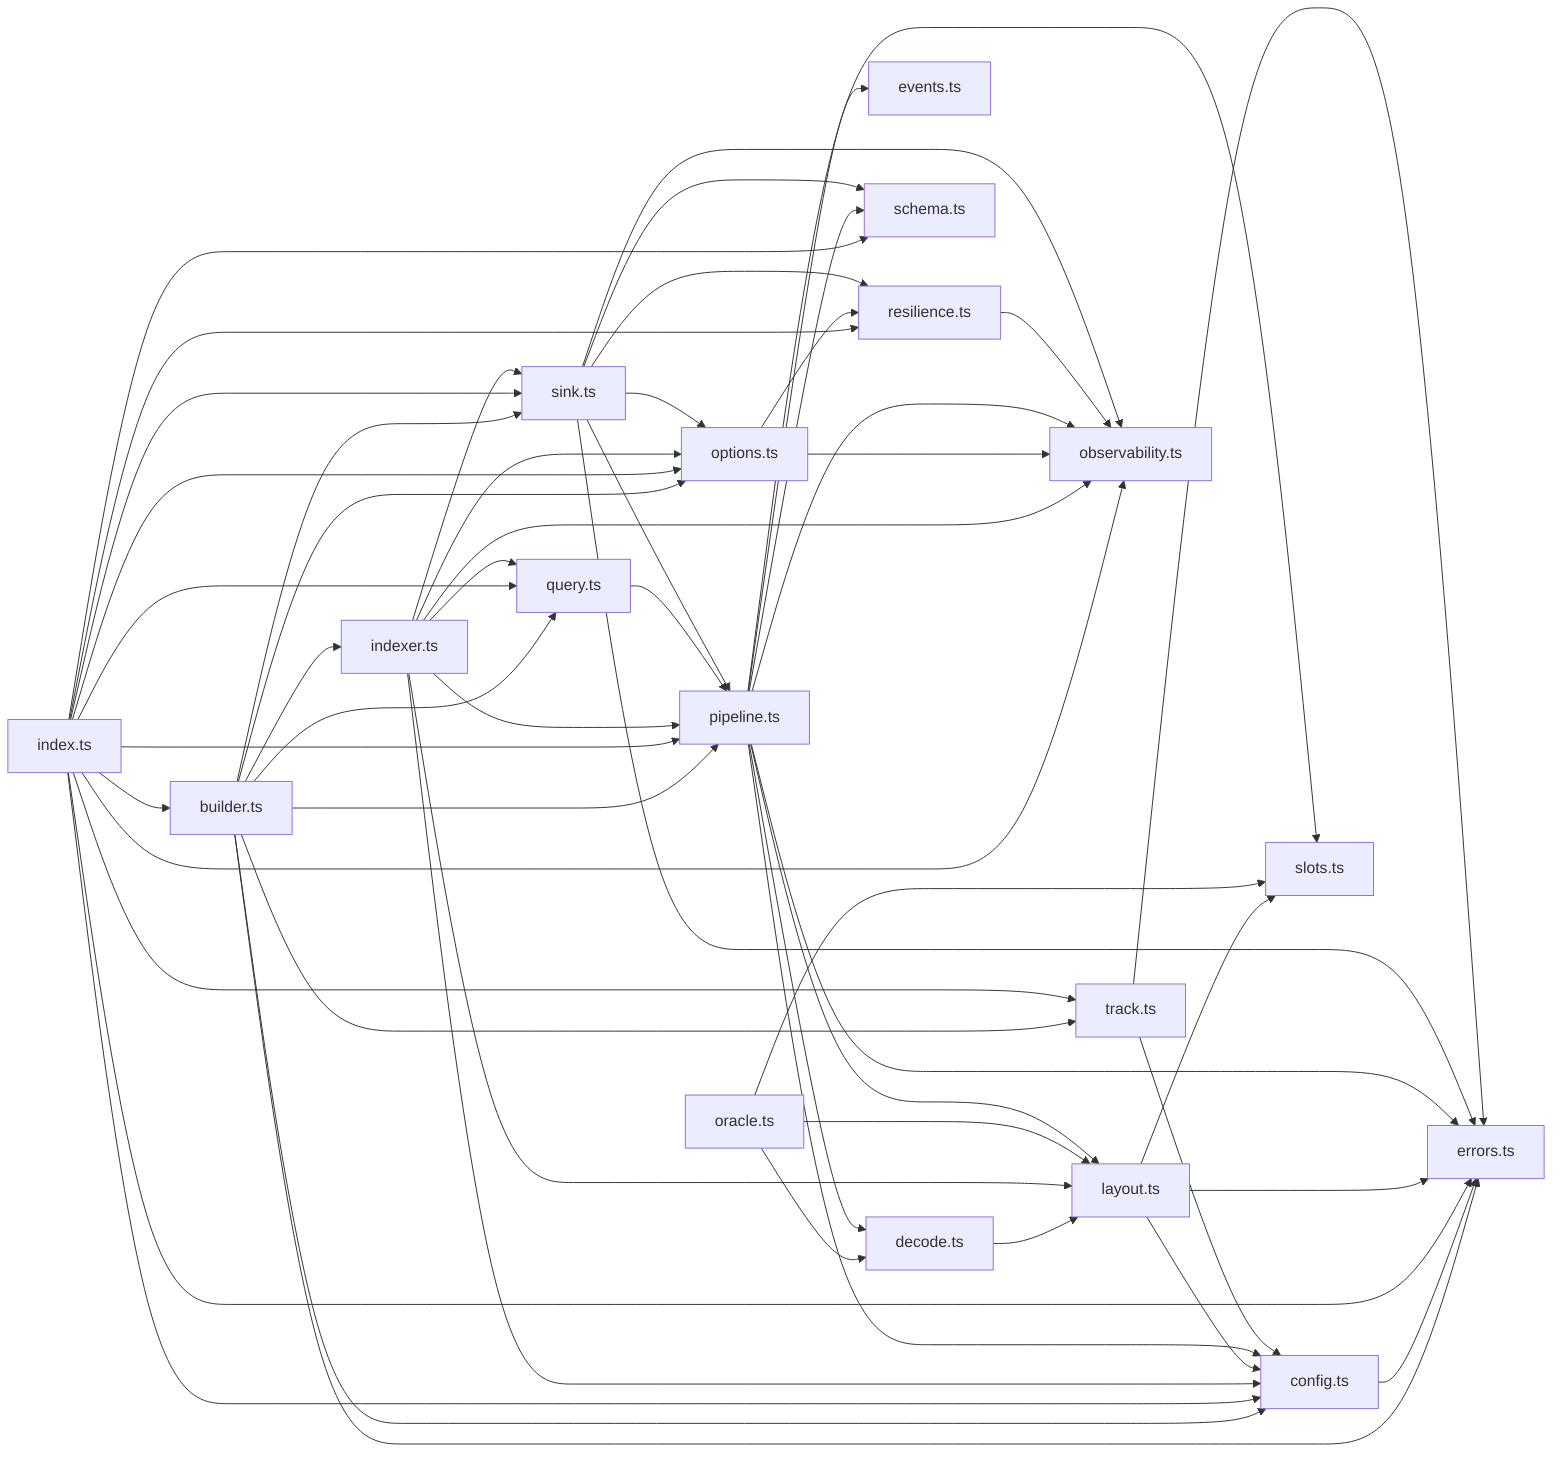
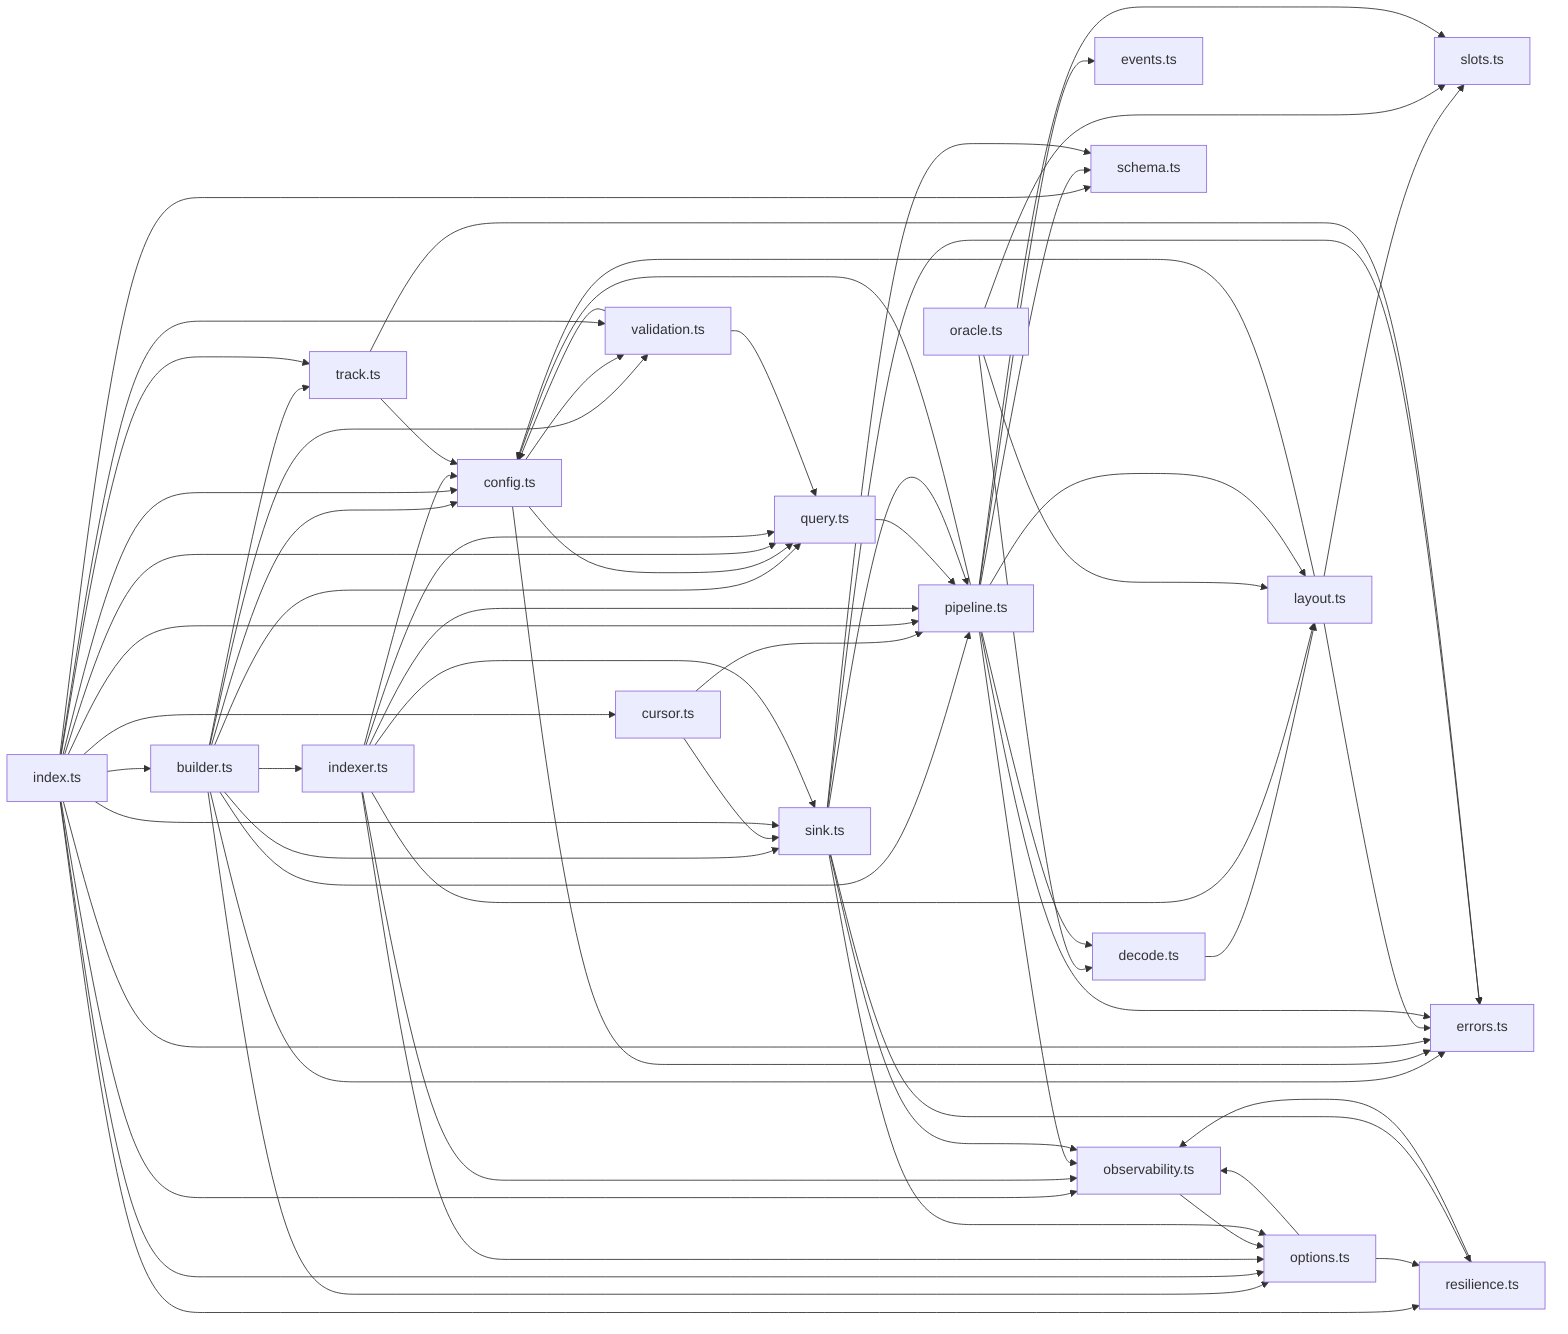
%%{init: {'maxEdges': 2000}}%%
%% Structure graph — the dependency wiring, GENERATED FROM SOURCE every turn.
%% Machine output of .claude/hooks/graph_to_mermaid.py (from graph.json) — DO NOT EDIT BY HAND.
%% Committed so dependency deltas surface in PR diffs; regenerated by update-structure.sh.
flowchart LR
    builder_ts["builder.ts"]
    config_ts["config.ts"]
+     cursor_ts["cursor.ts"]
    decode_ts["decode.ts"]
    errors_ts["errors.ts"]
    events_ts["events.ts"]
    index_ts["index.ts"]
    indexer_ts["indexer.ts"]
    layout_ts["layout.ts"]
    observability_ts["observability.ts"]
    options_ts["options.ts"]
    oracle_ts["oracle.ts"]
    pipeline_ts["pipeline.ts"]
    query_ts["query.ts"]
    resilience_ts["resilience.ts"]
    schema_ts["schema.ts"]
    sink_ts["sink.ts"]
    slots_ts["slots.ts"]
    track_ts["track.ts"]
+     validation_ts["validation.ts"]
    builder_ts --> config_ts
    builder_ts --> errors_ts
    builder_ts --> indexer_ts
    builder_ts --> options_ts
    builder_ts --> pipeline_ts
    builder_ts --> query_ts
    builder_ts --> sink_ts
    builder_ts --> track_ts
+     builder_ts --> validation_ts
    config_ts --> errors_ts
+     config_ts --> query_ts
+     config_ts --> validation_ts
+     cursor_ts --> pipeline_ts
+     cursor_ts --> sink_ts
    decode_ts --> layout_ts
    index_ts --> builder_ts
    index_ts --> config_ts
+     index_ts --> cursor_ts
    index_ts --> errors_ts
    index_ts --> observability_ts
    index_ts --> options_ts
    index_ts --> pipeline_ts
    index_ts --> query_ts
    index_ts --> resilience_ts
    index_ts --> schema_ts
    index_ts --> sink_ts
    index_ts --> track_ts
+     index_ts --> validation_ts
    indexer_ts --> config_ts
    indexer_ts --> layout_ts
    indexer_ts --> observability_ts
    indexer_ts --> options_ts
    indexer_ts --> pipeline_ts
    indexer_ts --> query_ts
    indexer_ts --> sink_ts
    layout_ts --> config_ts
    layout_ts --> errors_ts
    layout_ts --> slots_ts
+     observability_ts --> options_ts
    options_ts --> observability_ts
    options_ts --> resilience_ts
    oracle_ts --> decode_ts
    oracle_ts --> layout_ts
    oracle_ts --> slots_ts
    pipeline_ts --> config_ts
    pipeline_ts --> decode_ts
    pipeline_ts --> errors_ts
    pipeline_ts --> events_ts
    pipeline_ts --> layout_ts
    pipeline_ts --> observability_ts
    pipeline_ts --> schema_ts
    pipeline_ts --> slots_ts
    query_ts --> pipeline_ts
    resilience_ts --> observability_ts
    sink_ts --> errors_ts
    sink_ts --> observability_ts
    sink_ts --> options_ts
    sink_ts --> pipeline_ts
    sink_ts --> resilience_ts
    sink_ts --> schema_ts
    track_ts --> config_ts
    track_ts --> errors_ts
+     validation_ts --> config_ts
+     validation_ts --> query_ts
